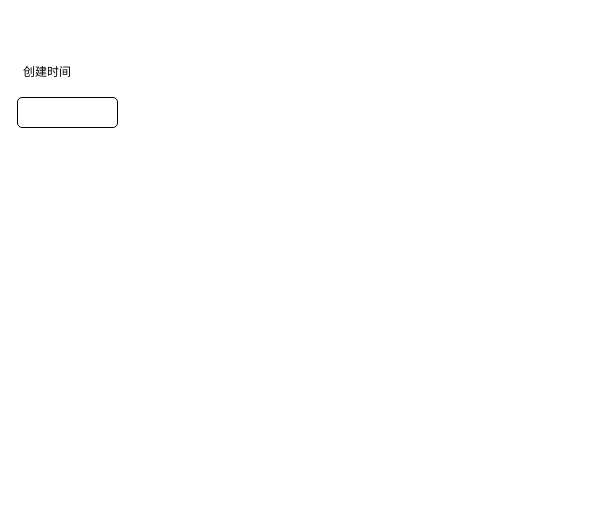
Earlier version of the draw.io diagram page "路由配置页面" (2 of 2) of 未命名绘图.drawio (littleDagron/Codepractice). Source tidied: cells renumbered, new cells numbered last; positions are measured from the earlier drawing's top-left corner, leaving out a move shared by most shapes. Both pictures are drawn from the tidied source at 100%, with x=0, y=0 at pixel (17, 57).
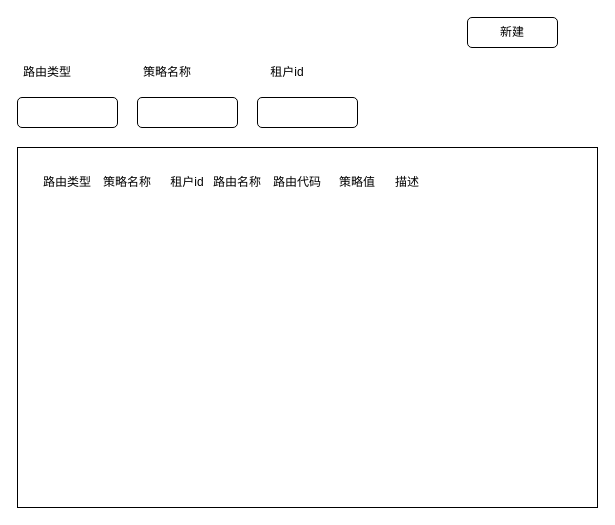
After the change.

Commit message:
商户路由配置.drawio

Diff of the diagram source:
```diff
@@
 <mxGraphModel>
   <root>
     <mxCell id="0" />
     <mxCell id="1" parent="0" />
     <mxCell id="2" style="group;" parent="1" vertex="1">
       <mxGeometry width="100" height="70" as="geometry" />
     </mxCell>
     <mxCell id="3" style="rounded=1;whiteSpace=wrap;html=1;" parent="2" vertex="1">
       <mxGeometry y="40" width="100" height="30" as="geometry" />
     </mxCell>
-    <mxCell id="4" value="创建时间" style="text;html=1;strokeColor=none;fillColor=none;align=center;verticalAlign=middle;whiteSpace=wrap;rounded=0;" parent="2" vertex="1">
+    <mxCell id="4" value="路由类型" style="text;html=1;strokeColor=none;fillColor=none;align=center;verticalAlign=middle;whiteSpace=wrap;rounded=0;" parent="2" vertex="1">
       <mxGeometry width="60" height="30" as="geometry" />
     </mxCell>
+    <mxCell id="5" style="group;" parent="1" vertex="1">
+      <mxGeometry x="120" width="100" height="70" as="geometry" />
+    </mxCell>
+    <mxCell id="6" style="rounded=1;whiteSpace=wrap;html=1;" parent="5" vertex="1">
+      <mxGeometry y="40" width="100" height="30" as="geometry" />
+    </mxCell>
+    <mxCell id="7" value="策略名称" style="text;html=1;strokeColor=none;fillColor=none;align=center;verticalAlign=middle;whiteSpace=wrap;rounded=0;" parent="5" vertex="1">
+      <mxGeometry width="60" height="30" as="geometry" />
+    </mxCell>
+    <mxCell id="8" style="group;" parent="1" vertex="1">
+      <mxGeometry x="240" width="100" height="70" as="geometry" />
+    </mxCell>
+    <mxCell id="9" style="rounded=1;whiteSpace=wrap;html=1;" parent="8" vertex="1">
+      <mxGeometry y="40" width="100" height="30" as="geometry" />
+    </mxCell>
+    <mxCell id="10" value="租户id" style="text;html=1;strokeColor=none;fillColor=none;align=center;verticalAlign=middle;whiteSpace=wrap;rounded=0;" parent="8" vertex="1">
+      <mxGeometry width="60" height="30" as="geometry" />
+    </mxCell>
+    <mxCell id="11" value="新建" style="rounded=1;whiteSpace=wrap;html=1;" parent="1" vertex="1">
+      <mxGeometry x="450" y="-40" width="90" height="30" as="geometry" />
+    </mxCell>
+    <mxCell id="12" style="rounded=0;whiteSpace=wrap;html=1;" parent="1" vertex="1">
+      <mxGeometry y="90" width="580" height="360" as="geometry" />
+    </mxCell>
+    <mxCell id="13" value="路由类型" style="text;html=1;strokeColor=none;fillColor=none;align=center;verticalAlign=middle;whiteSpace=wrap;rounded=0;" parent="1" vertex="1">
+      <mxGeometry x="20" y="110" width="60" height="30" as="geometry" />
+    </mxCell>
+    <mxCell id="14" value="策略名称" style="text;html=1;strokeColor=none;fillColor=none;align=center;verticalAlign=middle;whiteSpace=wrap;rounded=0;" parent="1" vertex="1">
+      <mxGeometry x="80" y="110" width="60" height="30" as="geometry" />
+    </mxCell>
+    <mxCell id="15" value="租户id" style="text;html=1;strokeColor=none;fillColor=none;align=center;verticalAlign=middle;whiteSpace=wrap;rounded=0;" parent="1" vertex="1">
+      <mxGeometry x="140" y="110" width="60" height="30" as="geometry" />
+    </mxCell>
+    <mxCell id="16" value="路由名称" style="text;html=1;strokeColor=none;fillColor=none;align=center;verticalAlign=middle;whiteSpace=wrap;rounded=0;" parent="1" vertex="1">
+      <mxGeometry x="190" y="110" width="60" height="30" as="geometry" />
+    </mxCell>
+    <mxCell id="17" value="路由代码" style="text;html=1;strokeColor=none;fillColor=none;align=center;verticalAlign=middle;whiteSpace=wrap;rounded=0;" parent="1" vertex="1">
+      <mxGeometry x="250" y="110" width="60" height="30" as="geometry" />
+    </mxCell>
+    <mxCell id="18" value="策略值" style="text;html=1;strokeColor=none;fillColor=none;align=center;verticalAlign=middle;whiteSpace=wrap;rounded=0;" parent="1" vertex="1">
+      <mxGeometry x="310" y="110" width="60" height="30" as="geometry" />
+    </mxCell>
+    <mxCell id="19" value="描述" style="text;html=1;strokeColor=none;fillColor=none;align=center;verticalAlign=middle;whiteSpace=wrap;rounded=0;" parent="1" vertex="1">
+      <mxGeometry x="360" y="110" width="60" height="30" as="geometry" />
+    </mxCell>
   </root>
 </mxGraphModel>
```
